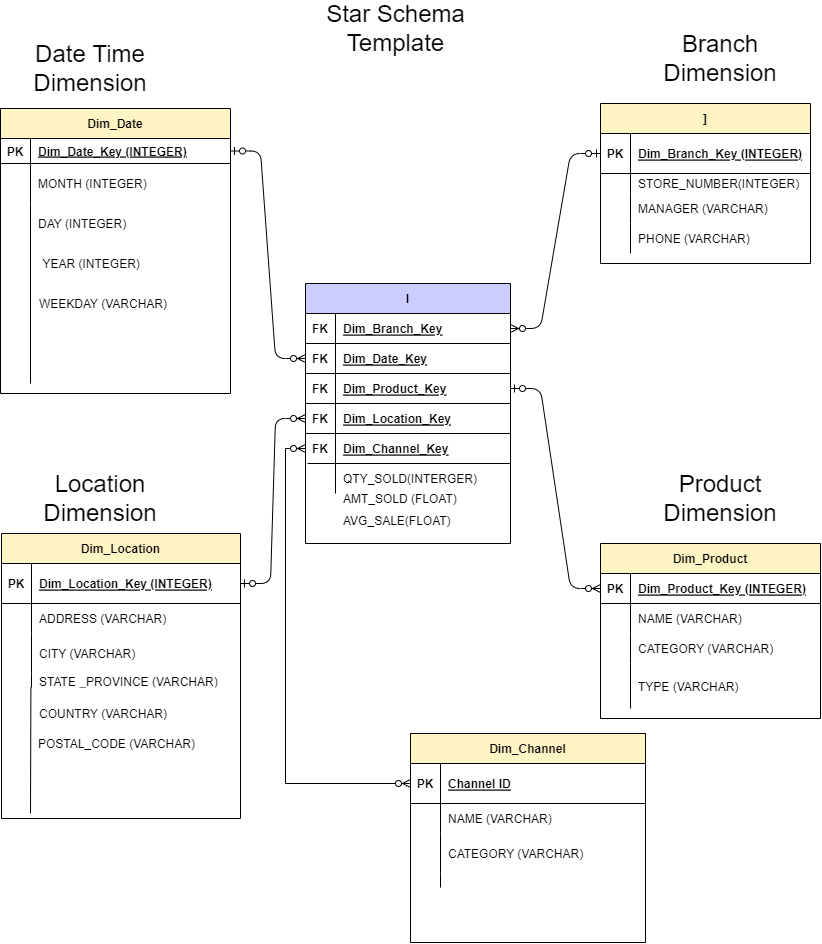
Anushi9/Anushis_IMT577 keeps this draw.io diagram as Assignment_4_15/ProjectDimensionalModel-SS.png. Above is the earlier version. Source tidied: cells renumbered, new cells last; positions are measured from the earlier drawing's top-left corner, leaving out a move shared by most shapes.
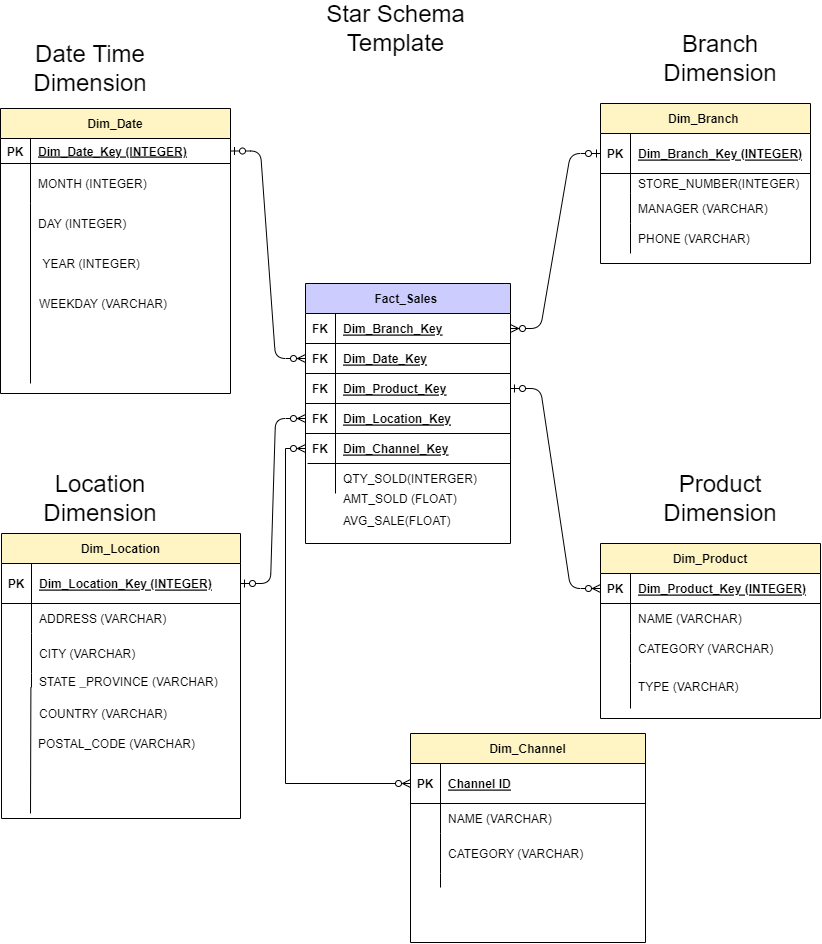
The same diagram one commit later.

Commit message:
Correct Issues in Naming

Change to the diagram source:
```diff
@@ -2,7 +2,7 @@
   <root>
     <mxCell id="0" />
     <mxCell id="1" parent="0" />
-    <mxCell id="2" value="I" style="shape=table;startSize=30;rowLines=0;fontStyle=1;align=center;fillColor=#CCCCFF;" parent="1" vertex="1">
+    <mxCell id="2" value="Fact_Sales " style="shape=table;startSize=30;rowLines=0;fontStyle=1;align=center;fillColor=#CCCCFF;" parent="1" vertex="1">
       <mxGeometry x="305" y="270" width="205" height="260" as="geometry" />
     </mxCell>
     <mxCell id="3" style="shape=partialRectangle;fillColor=none;top=0;left=0;bottom=1;right=0;points=[[0,0.5],[1,0.5]];portConstraint=eastwest;" parent="2" vertex="1">
@@ -86,7 +86,7 @@
     <mxCell id="28" value="MONTH (INTEGER)" style="shape=partialRectangle;fillColor=none;top=0;left=0;bottom=0;right=0;align=left;spacingLeft=6;overflow=hidden;" parent="26" vertex="1">
       <mxGeometry x="30" width="200" height="40" as="geometry" />
     </mxCell>
-    <mxCell id="29" value="]" style="shape=table;startSize=30;rowLines=0;fontStyle=1;align=center;fillColor=#FFF4C3;" parent="1" vertex="1">
+    <mxCell id="29" value="Dim_Branch " style="shape=table;startSize=30;rowLines=0;fontStyle=1;align=center;fillColor=#FFF4C3;" parent="1" vertex="1">
       <mxGeometry x="600" y="90" width="210" height="160" as="geometry" />
     </mxCell>
     <mxCell id="30" style="shape=partialRectangle;fillColor=none;top=0;left=0;bottom=1;right=0;points=[[0,0.5],[1,0.5]];portConstraint=eastwest;" parent="29" vertex="1">
```
